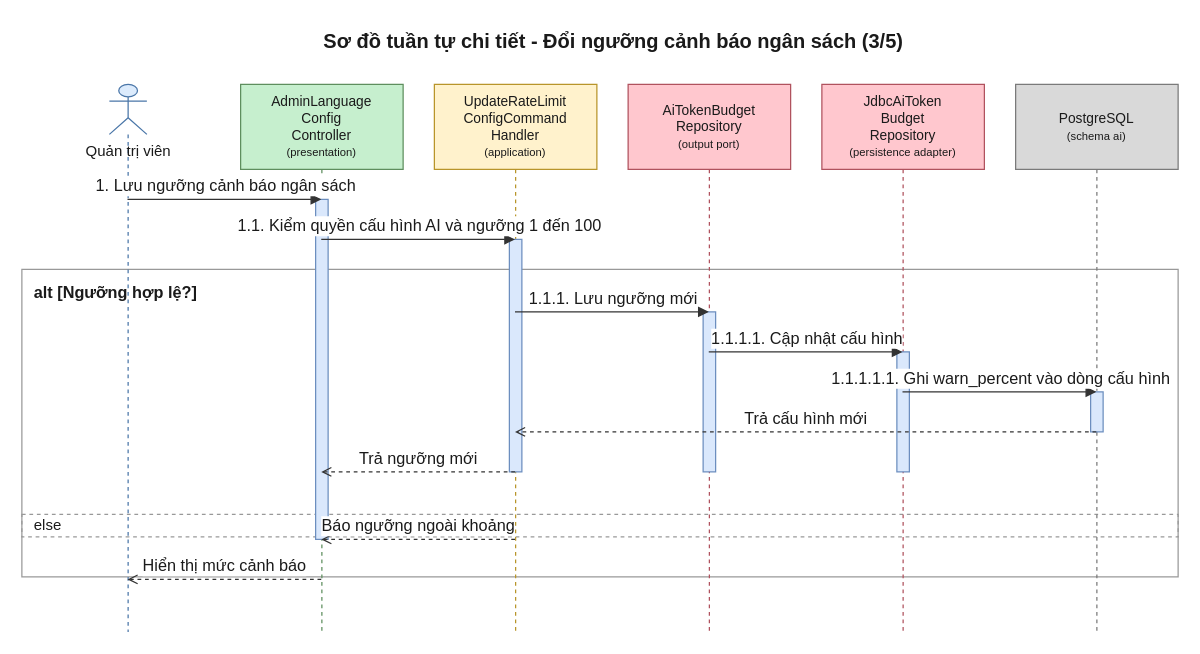
The draw.io diagram 08-diagram/sequence/admin/sequence_admin_dat_han_muc_va_gioi_han_ai_p3.drawio in daiphu1801/PRJ_ALGOPREP, before the edit. Source tidied: cells renumbered, new cells numbered last; positions are measured from the earlier drawing's top-left corner, leaving out a move shared by most shapes. Both pictures are drawn from the tidied source at 125%, with x=0, y=0 at pixel (21, 21).
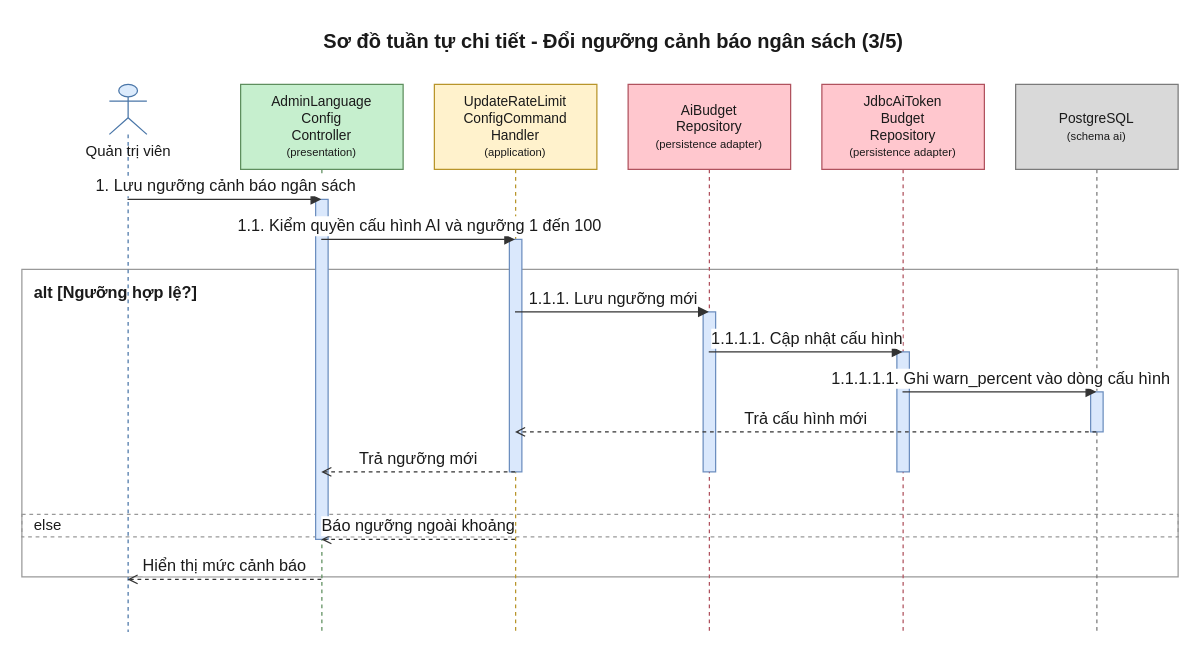
The same page after the edit.

What changed in the source:
```diff
@@
-    <mxCell id="8" value="AiTokenBudget&lt;br&gt;Repository&lt;br&gt;&lt;font style=&quot;font-size:9px&quot;&gt;(output port)&lt;/font&gt;" style="shape=umlLifeline;perimeter=lifelinePerimeter;whiteSpace=wrap;html=1;outlineConnect=0;size=68;fontSize=11;fillColor=#FFC7CE;strokeColor=#B0525E;fontColor=#1A1A1A;" parent="1" vertex="1">
+    <mxCell id="8" value="AiBudget&lt;br&gt;Repository&lt;br&gt;&lt;font style=&quot;font-size:9px&quot;&gt;(persistence adapter)&lt;/font&gt;" style="shape=umlLifeline;perimeter=lifelinePerimeter;whiteSpace=wrap;html=1;outlineConnect=0;size=68;fontSize=11;fillColor=#FFC7CE;strokeColor=#B0525E;fontColor=#1A1A1A;" parent="1" vertex="1">
       <mxGeometry x="485" y="50" width="130" height="438" as="geometry" />
     </mxCell>
```
